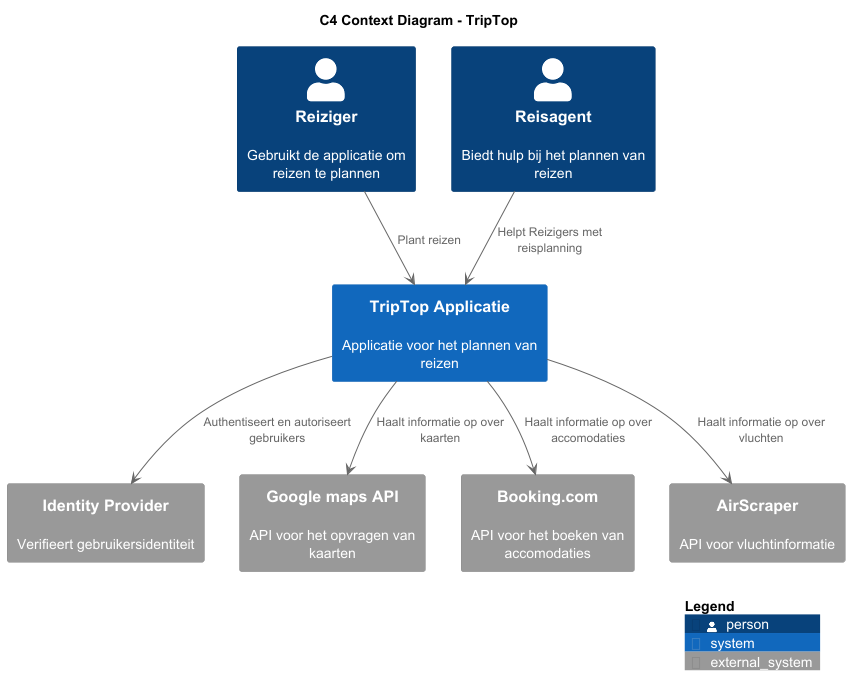
Above: C4_diagrammen/context-diagram-triptop.png in AIM-ENE-feb25/triptop-groep-b4 (PlantUML), before the change.
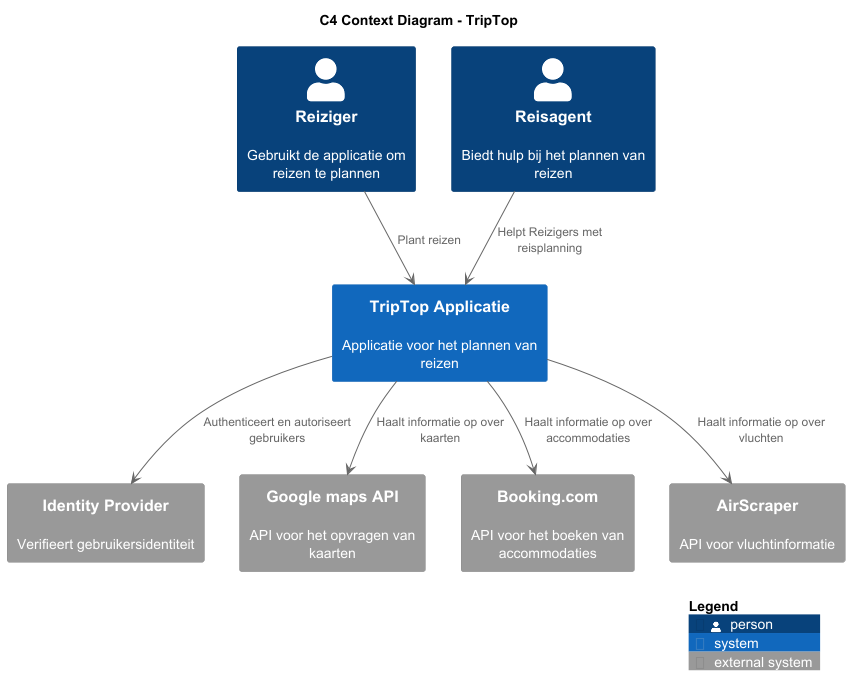
The same file after the commit.

Diff of the diagram source:
```diff
@@ -1,7 +1,10 @@
 @startuml
+!include https://raw.githubusercontent.com/plantuml-stdlib/C4-PlantUML/master/C4_Context.puml
 !include <C4/C4_Container>
 
 title C4 Context Diagram - TripTop
+
+AddElementTag("true")
 
 Person(Reiziger, "Reiziger", "Gebruikt de applicatie om reizen te plannen")
 Person(ReisAgent, "Reisagent", "Biedt hulp bij het plannen van reizen")
@@ -10,15 +13,15 @@
 
 System_Ext(IdentityProvider, "Identity Provider", "Verifieert gebruikersidentiteit")
 System_Ext(Google_maps_api, "Google maps API", "API voor het opvragen van kaarten")
-System_Ext(Booking, "Booking.com", "API voor het boeken van accomodaties")
+System_Ext(Booking, "Booking.com", "API voor het boeken van accommodaties")
 System_Ext(AirScraper, "AirScraper", "API voor vluchtinformatie")
 
 Reiziger --> TripTop : "Plant reizen"
 ReisAgent --> TripTop : "Helpt Reizigers met reisplanning"
 
-TripTop --> IdentityProvider : "Authentiseert en autoriseert gebruikers"
+TripTop --> IdentityProvider : "Authenticeert en autoriseert gebruikers"
 TripTop --> Google_maps_api : "Haalt informatie op over kaarten"
-TripTop --> Booking : "Haalt informatie op over accomodaties"
+TripTop --> Booking : "Haalt informatie op over accommodaties"
 TripTop --> AirScraper : "Haalt informatie op over vluchten"
 
 SHOW_LEGEND(true)
```
